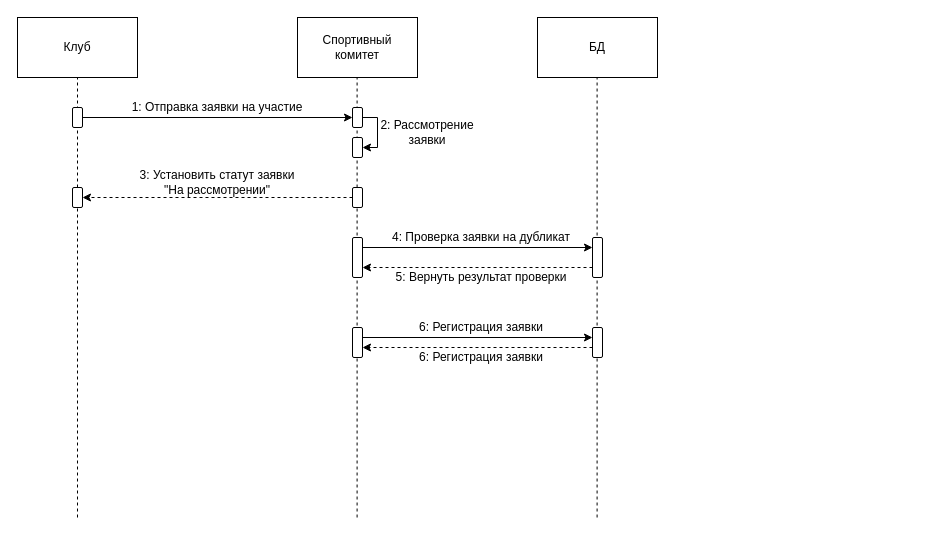
The draw.io diagram page "Последовательности" (4 of 9) of Диаграммы ИС «Спортивный комитет».drawio in antonch985/Education, before the edit. Source tidied: cells renumbered, new cells numbered last; positions are measured from the earlier drawing's top-left corner, leaving out a move shared by most shapes. Both pictures are drawn from the tidied source at 100%, with x=0, y=0 at pixel (17, 17).
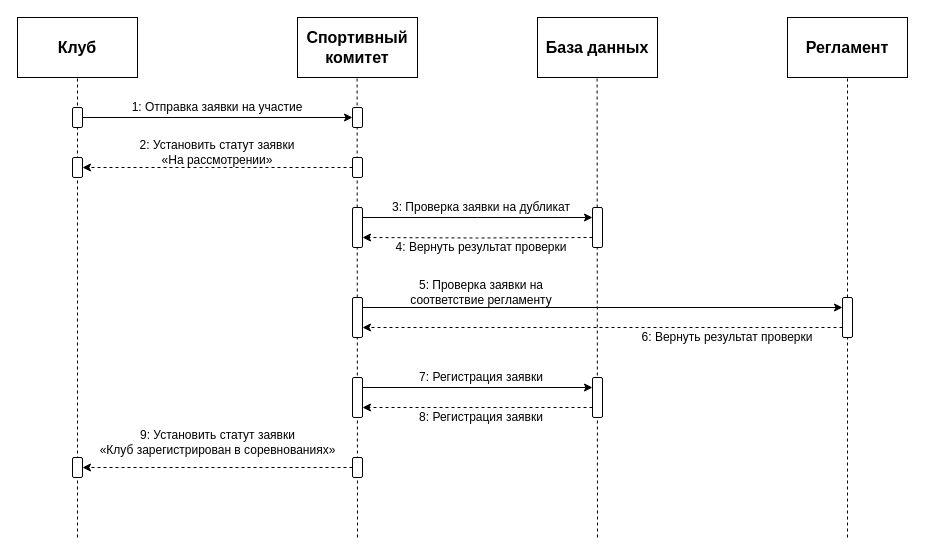
The same diagram, later.

Unchanged cells that the change refers to:
```xml
<mxCell id="13" style="rounded=1;whiteSpace=wrap;html=1;" parent="1" vertex="1">
  <mxGeometry x="335" y="90" width="10" height="20" as="geometry" />
</mxCell>
```

Diff of the diagram source:
```diff
@@
-    <mxCell id="2" style="edgeStyle=orthogonalEdgeStyle;rounded=0;orthogonalLoop=1;jettySize=auto;html=1;dashed=1;exitX=0;exitY=0.5;exitDx=0;exitDy=0;entryX=1;entryY=0.5;entryDx=0;entryDy=0;" parent="1" edge="1">
-      <mxGeometry relative="1" as="geometry">
-        <mxPoint x="575" y="330" as="sourcePoint" />
-        <mxPoint x="345" y="330" as="targetPoint" />
-      </mxGeometry>
+    <mxCell id="2" style="edgeStyle=orthogonalEdgeStyle;rounded=0;jettySize=auto;html=1;dashed=1;exitX=0;exitY=0.75;exitDx=0;exitDy=0;entryX=1;entryY=0.75;entryDx=0;entryDy=0;" parent="1" edge="1" source="18" target="19">
+      <mxGeometry relative="1" as="geometry" />
     </mxCell>
-    <mxCell id="3" value="Клуб" style="rounded=0;whiteSpace=wrap;html=1;arcSize=0;" parent="1" vertex="1">
+    <mxCell id="3" value="Клуб" style="rounded=0;whiteSpace=wrap;html=1;arcSize=2;fontStyle=1;fontSize=16;" parent="1" vertex="1">
       <mxGeometry width="120" height="60" as="geometry" />
     </mxCell>
-    <mxCell id="4" value="Спортивный&lt;div&gt;комитет&lt;/div&gt;" style="rounded=0;whiteSpace=wrap;html=1;" parent="1" vertex="1">
+    <mxCell id="4" value="Спортивный&lt;div&gt;комитет&lt;/div&gt;" style="rounded=0;whiteSpace=wrap;html=1;fontStyle=1;fontSize=16;" parent="1" vertex="1">
       <mxGeometry x="280" width="120" height="60" as="geometry" />
     </mxCell>
-    <mxCell id="5" value="БД" style="rounded=0;whiteSpace=wrap;html=1;" parent="1" vertex="1">
+    <mxCell id="5" value="База данных" style="rounded=0;whiteSpace=wrap;html=1;fontStyle=1;fontSize=16;" parent="1" vertex="1">
       <mxGeometry x="520" width="120" height="60" as="geometry" />
     </mxCell>
     <mxCell id="6" style="endArrow=none;html=1;rounded=0;entryX=0.5;entryY=1;entryDx=0;entryDy=0;dashed=1;" parent="1" edge="1" target="3">
       <mxGeometry relative="1" as="geometry">
-        <mxPoint x="60" y="500" as="sourcePoint" />
+        <mxPoint x="60" y="520" as="sourcePoint" />
       </mxGeometry>
     </mxCell>
     <mxCell id="7" style="endArrow=none;html=1;rounded=0;entryX=0.5;entryY=1;entryDx=0;entryDy=0;dashed=1;" parent="1" edge="1">
       <mxGeometry relative="1" as="geometry">
-        <mxPoint x="339.6" y="500" as="sourcePoint" />
+        <mxPoint x="340" y="520" as="sourcePoint" />
         <mxPoint x="339.6" y="60" as="targetPoint" />
       </mxGeometry>
     </mxCell>
     <mxCell id="8" style="endArrow=none;html=1;rounded=0;entryX=0.5;entryY=1;entryDx=0;entryDy=0;dashed=1;" parent="1" edge="1">
       <mxGeometry relative="1" as="geometry">
-        <mxPoint x="579.6" y="500" as="sourcePoint" />
+        <mxPoint x="580" y="520" as="sourcePoint" />
         <mxPoint x="579.6" y="60" as="targetPoint" />
       </mxGeometry>
     </mxCell>
@@
-    <mxCell id="12" style="edgeStyle=orthogonalEdgeStyle;rounded=0;jettySize=auto;html=1;entryX=1;entryY=0.5;entryDx=0;entryDy=0;" parent="1" edge="1" source="13" target="14">
-      <mxGeometry relative="1" as="geometry">
-        <Array as="points">
-          <mxPoint x="360" y="100" />
-          <mxPoint x="360" y="130" />
-        </Array>
-      </mxGeometry>
-    </mxCell>
@@
-    <mxCell id="14" style="rounded=1;whiteSpace=wrap;html=1;" parent="1" vertex="1">
-      <mxGeometry x="335" y="120" width="10" height="20" as="geometry" />
-    </mxCell>
-    <mxCell id="15" value="2: Рассмотрение заявки" style="text;html=1;whiteSpace=wrap;strokeColor=none;fillColor=none;align=center;verticalAlign=middle;rounded=0;" parent="1" vertex="1">
-      <mxGeometry x="360" y="100" width="100" height="30" as="geometry" />
-    </mxCell>
-    <mxCell id="16" style="edgeStyle=orthogonalEdgeStyle;rounded=0;orthogonalLoop=1;jettySize=auto;html=1;entryX=1;entryY=0.5;entryDx=0;entryDy=0;dashed=1;" parent="1" edge="1">
+    <mxCell id="16" style="edgeStyle=orthogonalEdgeStyle;rounded=0;jettySize=auto;html=1;dashed=1;entryX=1;entryY=0.75;entryDx=0;entryDy=0;" parent="1" edge="1" target="23">
       <mxGeometry relative="1" as="geometry">
-        <mxPoint x="575" y="250" as="sourcePoint" />
-        <mxPoint x="345" y="250" as="targetPoint" />
+        <mxPoint x="575" y="220" as="sourcePoint" />
       </mxGeometry>
     </mxCell>
     <mxCell id="17" style="edgeStyle=orthogonalEdgeStyle;rounded=0;orthogonalLoop=1;jettySize=auto;html=1;entryX=0;entryY=0.5;entryDx=0;entryDy=0;exitX=1;exitY=0.5;exitDx=0;exitDy=0;" parent="1" edge="1">
       <mxGeometry relative="1" as="geometry">
-        <mxPoint x="345" y="320" as="sourcePoint" />
-        <mxPoint x="575" y="320" as="targetPoint" />
+        <mxPoint x="345" y="370" as="sourcePoint" />
+        <mxPoint x="575" y="370" as="targetPoint" />
       </mxGeometry>
     </mxCell>
     <mxCell id="18" style="rounded=1;whiteSpace=wrap;html=1;" parent="1" vertex="1">
-      <mxGeometry x="575" y="310" width="10" height="30" as="geometry" />
+      <mxGeometry x="575" y="360" width="10" height="40" as="geometry" />
     </mxCell>
     <mxCell id="19" style="rounded=1;whiteSpace=wrap;html=1;" parent="1" vertex="1">
-      <mxGeometry x="335" y="310" width="10" height="30" as="geometry" />
+      <mxGeometry x="335" y="360" width="10" height="40" as="geometry" />
     </mxCell>
-    <mxCell id="20" value="6: Регистрация заявки" style="text;html=1;whiteSpace=wrap;strokeColor=none;fillColor=none;align=center;verticalAlign=middle;rounded=0;" parent="1" vertex="1">
-      <mxGeometry x="398.2" y="300" width="131.5" height="20" as="geometry" />
+    <mxCell id="20" value="7: Регистрация заявки" style="text;html=1;whiteSpace=wrap;strokeColor=none;fillColor=none;align=center;verticalAlign=middle;rounded=0;" parent="1" vertex="1">
+      <mxGeometry x="398.2" y="350" width="131.5" height="20" as="geometry" />
     </mxCell>
-    <mxCell id="21" style="edgeStyle=orthogonalEdgeStyle;rounded=0;orthogonalLoop=1;jettySize=auto;html=1;" parent="1" edge="1">
+    <mxCell id="21" style="edgeStyle=orthogonalEdgeStyle;rounded=0;jettySize=auto;html=1;exitX=1;exitY=0.25;exitDx=0;exitDy=0;" parent="1" edge="1" source="23">
       <mxGeometry relative="1" as="geometry">
-        <mxPoint x="340" y="230" as="sourcePoint" />
-        <mxPoint x="575" y="230" as="targetPoint" />
+        <mxPoint x="575" y="200" as="targetPoint" />
       </mxGeometry>
     </mxCell>
     <mxCell id="22" style="rounded=1;whiteSpace=wrap;html=1;" parent="1" vertex="1">
-      <mxGeometry x="575" y="220" width="10" height="40" as="geometry" />
+      <mxGeometry x="575" y="190" width="10" height="40" as="geometry" />
     </mxCell>
     <mxCell id="23" style="rounded=1;whiteSpace=wrap;html=1;" parent="1" vertex="1">
-      <mxGeometry x="335" y="220" width="10" height="40" as="geometry" />
+      <mxGeometry x="335" y="190" width="10" height="40" as="geometry" />
     </mxCell>
-    <mxCell id="24" value="4: Проверка заявки на дубликат" style="text;html=1;whiteSpace=wrap;strokeColor=none;fillColor=none;align=center;verticalAlign=middle;rounded=0;" parent="1" vertex="1">
-      <mxGeometry x="374" y="210" width="180" height="20" as="geometry" />
+    <mxCell id="24" value="3: Проверка заявки на дубликат" style="text;html=1;whiteSpace=wrap;strokeColor=none;fillColor=none;align=center;verticalAlign=middle;rounded=0;" parent="1" vertex="1">
+      <mxGeometry x="374" y="180" width="180" height="20" as="geometry" />
     </mxCell>
-    <mxCell id="25" value="5: Вернуть результат проверки" style="text;html=1;whiteSpace=wrap;strokeColor=none;fillColor=none;align=center;verticalAlign=middle;rounded=0;" parent="1" vertex="1">
-      <mxGeometry x="374" y="250" width="180" height="20" as="geometry" />
+    <mxCell id="25" value="4: Вернуть результат проверки" style="text;html=1;whiteSpace=wrap;strokeColor=none;fillColor=none;align=center;verticalAlign=middle;rounded=0;" parent="1" vertex="1">
+      <mxGeometry x="374" y="220" width="180" height="20" as="geometry" />
     </mxCell>
@@
     <mxCell id="27" style="rounded=1;whiteSpace=wrap;html=1;" parent="1" vertex="1">
-      <mxGeometry x="335" y="170" width="10" height="20" as="geometry" />
+      <mxGeometry x="335" y="140" width="10" height="20" as="geometry" />
     </mxCell>
     <mxCell id="28" style="rounded=1;whiteSpace=wrap;html=1;" parent="1" vertex="1">
-      <mxGeometry x="55" y="170" width="10" height="20" as="geometry" />
+      <mxGeometry x="55" y="140" width="10" height="20" as="geometry" />
     </mxCell>
-    <mxCell id="29" value="3: Установить статут заявки &quot;На рассмотрении&quot;" style="text;html=1;whiteSpace=wrap;strokeColor=none;fillColor=none;align=center;verticalAlign=middle;rounded=0;" parent="1" vertex="1">
-      <mxGeometry x="115" y="150" width="170" height="30" as="geometry" />
+    <mxCell id="29" value="2: Установить статут заявки «На рассмотрении»" style="text;html=1;whiteSpace=wrap;strokeColor=none;fillColor=none;align=center;verticalAlign=middle;rounded=0;" parent="1" vertex="1">
+      <mxGeometry x="115" y="120" width="170" height="30" as="geometry" />
     </mxCell>
-    <mxCell id="30" value="6: Регистрация заявки" style="text;html=1;whiteSpace=wrap;strokeColor=none;fillColor=none;align=center;verticalAlign=middle;rounded=0;" parent="1" vertex="1">
-      <mxGeometry x="398.2" y="330" width="131.5" height="20" as="geometry" />
+    <mxCell id="30" value="8: Регистрация заявки" style="text;html=1;whiteSpace=wrap;strokeColor=none;fillColor=none;align=center;verticalAlign=middle;rounded=0;" parent="1" vertex="1">
+      <mxGeometry x="398.2" y="390" width="131.5" height="20" as="geometry" />
     </mxCell>
+    <mxCell id="31" value="Регламент" style="rounded=0;whiteSpace=wrap;html=1;fontStyle=1;fontSize=16;" parent="1" vertex="1">
+      <mxGeometry x="770" width="120" height="60" as="geometry" />
+    </mxCell>
+    <mxCell id="32" style="endArrow=none;html=1;rounded=0;entryX=0.5;entryY=1;entryDx=0;entryDy=0;dashed=1;" parent="1" edge="1" target="31">
+      <mxGeometry relative="1" as="geometry">
+        <mxPoint x="830" y="520" as="sourcePoint" />
+      </mxGeometry>
+    </mxCell>
+    <mxCell id="33" style="edgeStyle=orthogonalEdgeStyle;rounded=0;jettySize=auto;html=1;dashed=1;exitX=0;exitY=0.75;exitDx=0;exitDy=0;entryX=1;entryY=0.75;entryDx=0;entryDy=0;" parent="1" edge="1" source="35" target="36">
+      <mxGeometry relative="1" as="geometry" />
+    </mxCell>
+    <mxCell id="34" style="edgeStyle=orthogonalEdgeStyle;rounded=0;jettySize=auto;html=1;entryX=0;entryY=0.25;entryDx=0;entryDy=0;exitX=1;exitY=0.25;exitDx=0;exitDy=0;" parent="1" edge="1" source="36" target="35">
+      <mxGeometry relative="1" as="geometry" />
+    </mxCell>
+    <mxCell id="35" style="rounded=1;whiteSpace=wrap;html=1;" parent="1" vertex="1">
+      <mxGeometry x="825" y="280" width="10" height="40" as="geometry" />
+    </mxCell>
+    <mxCell id="36" style="rounded=1;whiteSpace=wrap;html=1;" parent="1" vertex="1">
+      <mxGeometry x="335" y="280" width="10" height="40" as="geometry" />
+    </mxCell>
+    <mxCell id="37" value="5: Проверка заявки на соответствие регламенту" style="text;html=1;whiteSpace=wrap;strokeColor=none;fillColor=none;align=center;verticalAlign=middle;rounded=0;" parent="1" vertex="1">
+      <mxGeometry x="385.9" y="260" width="156.2" height="30" as="geometry" />
+    </mxCell>
+    <mxCell id="38" value="6: Вернуть результат проверки" style="text;html=1;whiteSpace=wrap;strokeColor=none;fillColor=none;align=center;verticalAlign=middle;rounded=0;" parent="1" vertex="1">
+      <mxGeometry x="620" y="310" width="180" height="20" as="geometry" />
+    </mxCell>
+    <mxCell id="39" style="edgeStyle=orthogonalEdgeStyle;rounded=0;jettySize=auto;html=1;entryX=1;entryY=0.5;entryDx=0;entryDy=0;dashed=1;" parent="1" edge="1" source="40" target="41">
+      <mxGeometry relative="1" as="geometry" />
+    </mxCell>
+    <mxCell id="40" style="rounded=1;whiteSpace=wrap;html=1;" parent="1" vertex="1">
+      <mxGeometry x="335" y="440" width="10" height="20" as="geometry" />
+    </mxCell>
+    <mxCell id="41" style="rounded=1;whiteSpace=wrap;html=1;" parent="1" vertex="1">
+      <mxGeometry x="55" y="440" width="10" height="20" as="geometry" />
+    </mxCell>
+    <mxCell id="42" value="9: Установить статут заявки&lt;div&gt;«Клуб зарегистрирован в соревнованиях»&lt;/div&gt;" style="text;html=1;whiteSpace=wrap;strokeColor=none;fillColor=none;align=center;verticalAlign=middle;rounded=0;" parent="1" vertex="1">
+      <mxGeometry x="77.5" y="400" width="245" height="50" as="geometry" />
+    </mxCell>
```
